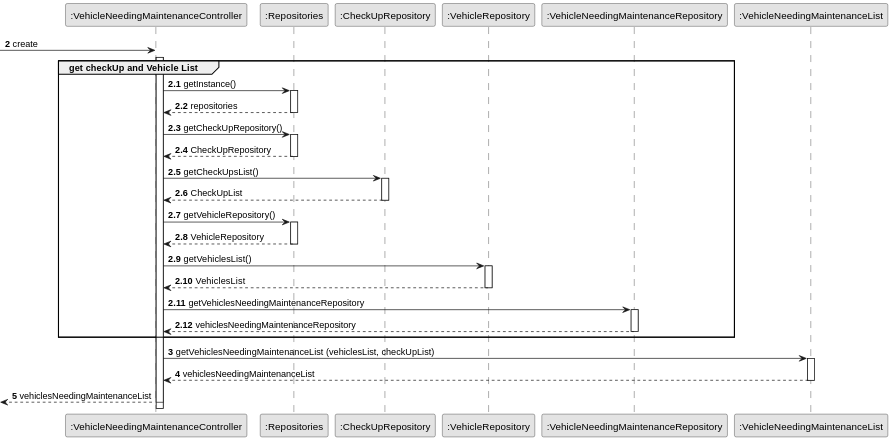
Above: docs/sprintA&B/us008/03.design/svg/us008-sequence-diagram-partial-get-checkUp-and-Vehicle-List.svg in daniel41silva05/ISEP_2023_2024_LAPR2 (PlantUML), before the change. Source of this version:
```plantuml
@startuml
skinparam monochrome true
skinparam packageStyle rectangle
skinparam shadowing false

autonumber

participant ":VehicleNeedingMaintenanceController" as CTRL
participant ":Repositories" as RepositorySingleton
participant ":CheckUpRepository" as CheckUpRepository
participant ":VehicleRepository" as VR
participant ":VehicleNeedingMaintenanceRepository" as MaintenanceRep
participant ":VehicleNeedingMaintenanceList" as MaintenanceList

        autonumber2

            -> CTRL** : create

            group get checkUp and Vehicle List
            activate CTRL

                 activate CTRL

                    autonumber 2.1


                                 CTRL -> RepositorySingleton : getInstance()
                                 activate RepositorySingleton

                                     RepositorySingleton --> CTRL: repositories

                                 deactivate RepositorySingleton

                                 CTRL -> RepositorySingleton : getCheckUpRepository()

                                 activate RepositorySingleton

                                     RepositorySingleton --> CTRL: CheckUpRepository

                                deactivate RepositorySingleton

                                     CTRL -> CheckUpRepository : getCheckUpsList()

                                activate CheckUpRepository

                                CheckUpRepository --> CTRL: CheckUpList

                                deactivate CheckUpRepository

                                 deactivate CheckUpRepository

                                               deactivate RepositorySingleton

                                               CTRL -> RepositorySingleton : getVehicleRepository()

                                               activate RepositorySingleton

                                                   RepositorySingleton --> CTRL: VehicleRepository

                                              deactivate RepositorySingleton

                                               CTRL -> VR : getVehiclesList()

                                               activate VR

                                               VR --> CTRL: VehiclesList

                                               deactivate VR

                                              CTRL -> MaintenanceRep: getVehiclesNeedingMaintenanceRepository

                                               activate MaintenanceRep

                                              MaintenanceRep --> CTRL: vehiclesNeedingMaintenanceRepository

                                                deactivate MaintenanceRep

                                    end

                                    autonumber 3


                              CTRL -> MaintenanceList: getVehiclesNeedingMaintenanceList (vehiclesList, checkUpList)

                              activate MaintenanceList

                              MaintenanceList --> CTRL: vehiclesNeedingMaintenanceList

                              deactivate MaintenanceList

                              <-- CTRL : vehiclesNeedingMaintenanceList

                    deactivate CTRL
@enduml
```
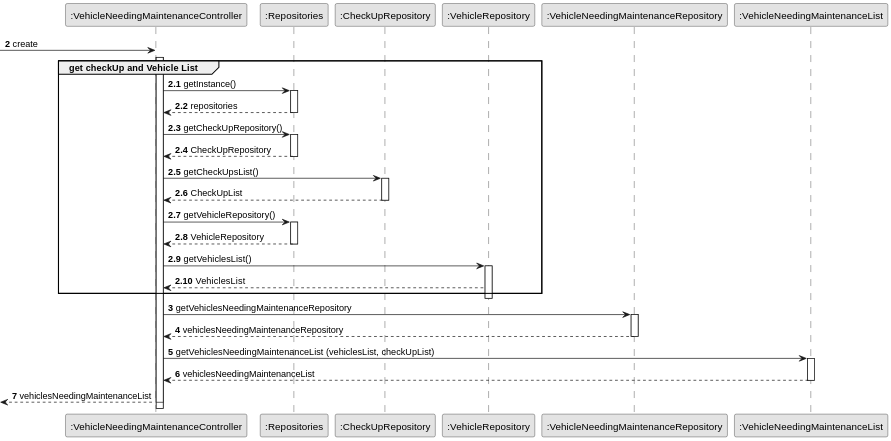
After the commit.

Diff of the diagram source:
```diff
@@ -65,6 +65,10 @@
 
                                                VR --> CTRL: VehiclesList
 
+                                               end
+
+                                               autonumber 3
+
                                                deactivate VR
 
                                               CTRL -> MaintenanceRep: getVehiclesNeedingMaintenanceRepository
@@ -74,11 +78,6 @@
                                               MaintenanceRep --> CTRL: vehiclesNeedingMaintenanceRepository
 
                                                 deactivate MaintenanceRep
-
-                                    end
-
-                                    autonumber 3
-
 
                               CTRL -> MaintenanceList: getVehiclesNeedingMaintenanceList (vehiclesList, checkUpList)
 
```
